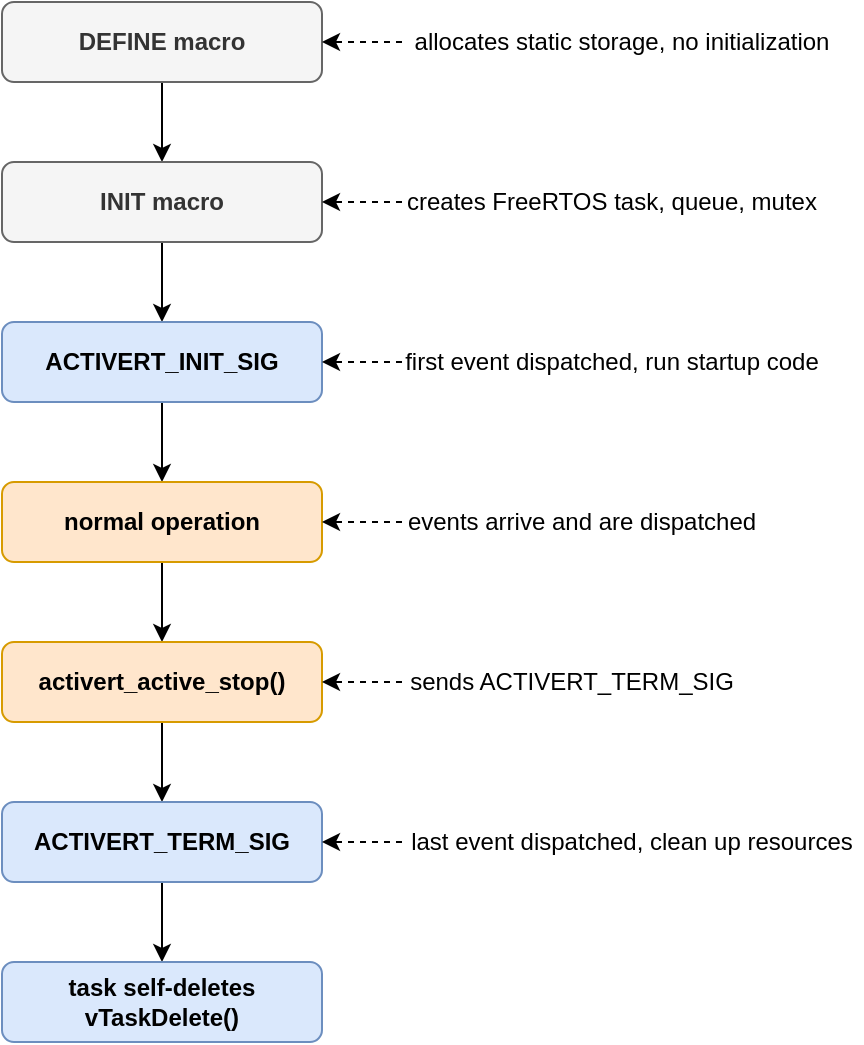
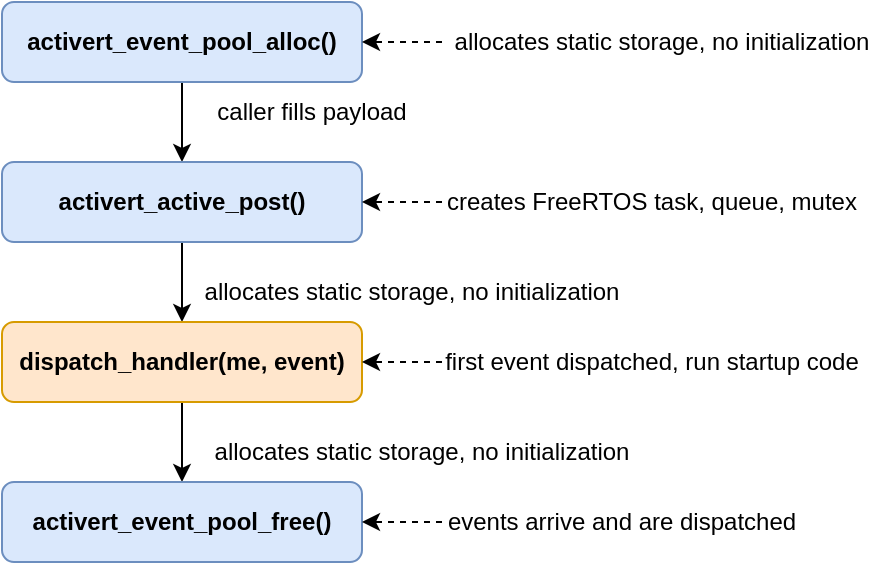
<mxfile host="Electron" agent="Mozilla/5.0 (Windows NT 10.0; Win64; x64) AppleWebKit/537.36 (KHTML, like Gecko) draw.io/29.6.1 Chrome/142.0.7444.265 Electron/39.8.0 Safari/537.36" version="29.6.1">
  <diagram name="Page-1" id="owRTGoX1oD0N1epceG62">
    <mxGraphModel dx="786" dy="562" grid="1" gridSize="10" guides="1" tooltips="1" connect="1" arrows="1" fold="1" page="1" pageScale="1" pageWidth="850" pageHeight="1100" math="0" shadow="0">
      <root>
        <mxCell id="0" />
        <mxCell id="1" parent="0" />
        <mxCell id="H808bwSyat2_ZBuaImIY-6" edge="1" parent="1" source="H808bwSyat2_ZBuaImIY-1" style="edgeStyle=orthogonalEdgeStyle;rounded=0;orthogonalLoop=1;jettySize=auto;html=1;exitX=0.5;exitY=1;exitDx=0;exitDy=0;entryX=0.5;entryY=0;entryDx=0;entryDy=0;" target="H808bwSyat2_ZBuaImIY-2">
          <mxGeometry relative="1" as="geometry" />
        </mxCell>
-         <mxCell id="H808bwSyat2_ZBuaImIY-1" parent="1" style="rounded=1;whiteSpace=wrap;html=1;fillColor=#f5f5f5;strokeColor=#666666;fontColor=#333333;" value="&lt;b&gt;DEFINE macro&lt;/b&gt;" vertex="1">
-           <mxGeometry height="40" width="160" x="240" y="120" as="geometry" />
+         <mxCell id="H808bwSyat2_ZBuaImIY-1" parent="1" style="rounded=1;whiteSpace=wrap;html=1;fillColor=#dae8fc;strokeColor=#6c8ebf;" value="&lt;b&gt;activert_event_pool_alloc()&lt;/b&gt;" vertex="1">
+           <mxGeometry height="40" width="180" x="220" y="120" as="geometry" />
        </mxCell>
        <mxCell id="H808bwSyat2_ZBuaImIY-7" edge="1" parent="1" source="H808bwSyat2_ZBuaImIY-2" style="edgeStyle=orthogonalEdgeStyle;rounded=0;orthogonalLoop=1;jettySize=auto;html=1;exitX=0.5;exitY=1;exitDx=0;exitDy=0;entryX=0.5;entryY=0;entryDx=0;entryDy=0;" target="H808bwSyat2_ZBuaImIY-3">
          <mxGeometry relative="1" as="geometry" />
        </mxCell>
-         <mxCell id="H808bwSyat2_ZBuaImIY-2" parent="1" style="rounded=1;whiteSpace=wrap;html=1;fillColor=#f5f5f5;strokeColor=#666666;fontColor=#333333;" value="&lt;b&gt;INIT macro&lt;/b&gt;" vertex="1">
-           <mxGeometry height="40" width="160" x="240" y="200" as="geometry" />
+         <mxCell id="H808bwSyat2_ZBuaImIY-2" parent="1" style="rounded=1;whiteSpace=wrap;html=1;fillColor=#dae8fc;strokeColor=#6c8ebf;" value="&lt;b&gt;activert_active_post()&lt;/b&gt;" vertex="1">
+           <mxGeometry height="40" width="180" x="220" y="200" as="geometry" />
        </mxCell>
        <mxCell id="H808bwSyat2_ZBuaImIY-8" edge="1" parent="1" source="H808bwSyat2_ZBuaImIY-3" style="edgeStyle=orthogonalEdgeStyle;rounded=0;orthogonalLoop=1;jettySize=auto;html=1;exitX=0.5;exitY=1;exitDx=0;exitDy=0;entryX=0.5;entryY=0;entryDx=0;entryDy=0;" target="H808bwSyat2_ZBuaImIY-4">
          <mxGeometry relative="1" as="geometry" />
        </mxCell>
-         <mxCell id="H808bwSyat2_ZBuaImIY-3" parent="1" style="rounded=1;whiteSpace=wrap;html=1;fillColor=#dae8fc;strokeColor=#6c8ebf;" value="&lt;b&gt;ACTIVERT_INIT_SIG&lt;/b&gt;" vertex="1">
-           <mxGeometry height="40" width="160" x="240" y="280" as="geometry" />
+         <mxCell id="H808bwSyat2_ZBuaImIY-3" parent="1" style="rounded=1;whiteSpace=wrap;html=1;fillColor=#ffe6cc;strokeColor=#d79b00;" value="&lt;b&gt;dispatch_handler(me, event)&lt;/b&gt;" vertex="1">
+           <mxGeometry height="40" width="180" x="220" y="280" as="geometry" />
        </mxCell>
-         <mxCell id="H808bwSyat2_ZBuaImIY-9" edge="1" parent="1" source="H808bwSyat2_ZBuaImIY-4" style="edgeStyle=orthogonalEdgeStyle;rounded=0;orthogonalLoop=1;jettySize=auto;html=1;exitX=0.5;exitY=1;exitDx=0;exitDy=0;entryX=0.5;entryY=0;entryDx=0;entryDy=0;" target="H808bwSyat2_ZBuaImIY-5">
-           <mxGeometry relative="1" as="geometry" />
-         </mxCell>
-         <mxCell id="H808bwSyat2_ZBuaImIY-4" parent="1" style="rounded=1;whiteSpace=wrap;html=1;fillColor=#ffe6cc;strokeColor=#d79b00;" value="&lt;b&gt;normal operation&lt;/b&gt;" vertex="1">
-           <mxGeometry height="40" width="160" x="240" y="360" as="geometry" />
-         </mxCell>
-         <mxCell id="H808bwSyat2_ZBuaImIY-29" edge="1" parent="1" source="H808bwSyat2_ZBuaImIY-5" style="edgeStyle=orthogonalEdgeStyle;rounded=0;orthogonalLoop=1;jettySize=auto;html=1;exitX=0.5;exitY=1;exitDx=0;exitDy=0;entryX=0.5;entryY=0;entryDx=0;entryDy=0;" target="H808bwSyat2_ZBuaImIY-23">
-           <mxGeometry relative="1" as="geometry" />
-         </mxCell>
-         <mxCell id="H808bwSyat2_ZBuaImIY-5" parent="1" style="rounded=1;whiteSpace=wrap;html=1;fontStyle=1;fillColor=#ffe6cc;strokeColor=#d79b00;" value="&lt;span&gt;activert_active_stop()&lt;/span&gt;" vertex="1">
-           <mxGeometry height="40" width="160" x="240" y="440" as="geometry" />
+         <mxCell id="H808bwSyat2_ZBuaImIY-4" parent="1" style="rounded=1;whiteSpace=wrap;html=1;fillColor=#dae8fc;strokeColor=#6c8ebf;" value="&lt;b&gt;activert_event_pool_free()&lt;/b&gt;" vertex="1">
+           <mxGeometry height="40" width="180" x="220" y="360" as="geometry" />
        </mxCell>
        <mxCell id="H808bwSyat2_ZBuaImIY-18" edge="1" parent="1" source="H808bwSyat2_ZBuaImIY-14" style="edgeStyle=orthogonalEdgeStyle;rounded=0;orthogonalLoop=1;jettySize=auto;html=1;exitX=0;exitY=0.5;exitDx=0;exitDy=0;entryX=1;entryY=0.5;entryDx=0;entryDy=0;dashed=1;" target="H808bwSyat2_ZBuaImIY-2">
          <mxGeometry relative="1" as="geometry" />
        </mxCell>
        <mxCell id="H808bwSyat2_ZBuaImIY-14" parent="1" style="text;html=1;whiteSpace=wrap;strokeColor=none;fillColor=none;align=center;verticalAlign=middle;rounded=0;" value="creates FreeRTOS task, queue, mutex" vertex="1">
          <mxGeometry height="30" width="210" x="440" y="205" as="geometry" />
        </mxCell>
        <mxCell id="H808bwSyat2_ZBuaImIY-19" edge="1" parent="1" source="H808bwSyat2_ZBuaImIY-15" style="edgeStyle=orthogonalEdgeStyle;rounded=0;orthogonalLoop=1;jettySize=auto;html=1;exitX=0;exitY=0.5;exitDx=0;exitDy=0;entryX=1;entryY=0.5;entryDx=0;entryDy=0;dashed=1;" target="H808bwSyat2_ZBuaImIY-3">
          <mxGeometry relative="1" as="geometry" />
        </mxCell>
        <mxCell id="H808bwSyat2_ZBuaImIY-15" parent="1" style="text;html=1;whiteSpace=wrap;strokeColor=none;fillColor=none;align=center;verticalAlign=middle;rounded=0;" value="first event dispatched, run startup code" vertex="1">
          <mxGeometry height="30" width="210" x="440" y="285" as="geometry" />
        </mxCell>
        <mxCell id="H808bwSyat2_ZBuaImIY-20" edge="1" parent="1" source="H808bwSyat2_ZBuaImIY-16" style="edgeStyle=orthogonalEdgeStyle;rounded=0;orthogonalLoop=1;jettySize=auto;html=1;exitX=0;exitY=0.5;exitDx=0;exitDy=0;entryX=1;entryY=0.5;entryDx=0;entryDy=0;dashed=1;" target="H808bwSyat2_ZBuaImIY-4">
          <mxGeometry relative="1" as="geometry" />
        </mxCell>
        <mxCell id="H808bwSyat2_ZBuaImIY-16" parent="1" style="text;html=1;whiteSpace=wrap;strokeColor=none;fillColor=none;align=center;verticalAlign=middle;rounded=0;" value="events arrive and are dispatched" vertex="1">
          <mxGeometry height="30" width="180" x="440" y="365" as="geometry" />
        </mxCell>
-         <mxCell id="H808bwSyat2_ZBuaImIY-21" edge="1" parent="1" source="H808bwSyat2_ZBuaImIY-17" style="edgeStyle=orthogonalEdgeStyle;rounded=0;orthogonalLoop=1;jettySize=auto;html=1;exitX=0;exitY=0.5;exitDx=0;exitDy=0;entryX=1;entryY=0.5;entryDx=0;entryDy=0;dashed=1;" target="H808bwSyat2_ZBuaImIY-5">
-           <mxGeometry relative="1" as="geometry" />
-         </mxCell>
-         <mxCell id="H808bwSyat2_ZBuaImIY-17" parent="1" style="text;html=1;whiteSpace=wrap;strokeColor=none;fillColor=none;align=center;verticalAlign=middle;rounded=0;" value="sends ACTIVERT_TERM_SIG" vertex="1">
-           <mxGeometry height="30" width="170" x="440" y="445" as="geometry" />
-         </mxCell>
-         <mxCell id="H808bwSyat2_ZBuaImIY-30" edge="1" parent="1" source="H808bwSyat2_ZBuaImIY-23" style="edgeStyle=orthogonalEdgeStyle;rounded=0;orthogonalLoop=1;jettySize=auto;html=1;exitX=0.5;exitY=1;exitDx=0;exitDy=0;entryX=0.5;entryY=0;entryDx=0;entryDy=0;" target="H808bwSyat2_ZBuaImIY-24">
-           <mxGeometry relative="1" as="geometry" />
-         </mxCell>
-         <mxCell id="H808bwSyat2_ZBuaImIY-23" parent="1" style="rounded=1;whiteSpace=wrap;html=1;fontStyle=1;fillColor=#dae8fc;strokeColor=#6c8ebf;" value="&lt;span&gt;ACTIVERT_TERM_SIG&lt;/span&gt;" vertex="1">
-           <mxGeometry height="40" width="160" x="240" y="520" as="geometry" />
-         </mxCell>
-         <mxCell id="H808bwSyat2_ZBuaImIY-24" parent="1" style="rounded=1;whiteSpace=wrap;html=1;fontStyle=1;fillColor=#dae8fc;strokeColor=#6c8ebf;" value="task self-deletes&lt;br&gt;vTaskDelete()" vertex="1">
-           <mxGeometry height="40" width="160" x="240" y="600" as="geometry" />
-         </mxCell>
-         <mxCell id="H808bwSyat2_ZBuaImIY-27" edge="1" parent="1" source="H808bwSyat2_ZBuaImIY-25" style="edgeStyle=orthogonalEdgeStyle;rounded=0;orthogonalLoop=1;jettySize=auto;html=1;exitX=0;exitY=0.5;exitDx=0;exitDy=0;entryX=1;entryY=0.5;entryDx=0;entryDy=0;dashed=1;" target="H808bwSyat2_ZBuaImIY-23">
-           <mxGeometry relative="1" as="geometry" />
-         </mxCell>
-         <mxCell id="H808bwSyat2_ZBuaImIY-25" parent="1" style="text;html=1;whiteSpace=wrap;strokeColor=none;fillColor=none;align=center;verticalAlign=middle;rounded=0;" value="last event dispatched, clean up resources" vertex="1">
-           <mxGeometry height="30" width="230" x="440" y="525" as="geometry" />
-         </mxCell>
        <mxCell id="H808bwSyat2_ZBuaImIY-32" edge="1" parent="1" source="H808bwSyat2_ZBuaImIY-31" style="edgeStyle=orthogonalEdgeStyle;rounded=0;orthogonalLoop=1;jettySize=auto;html=1;exitX=0;exitY=0.5;exitDx=0;exitDy=0;entryX=1;entryY=0.5;entryDx=0;entryDy=0;dashed=1;" target="H808bwSyat2_ZBuaImIY-1">
          <mxGeometry relative="1" as="geometry" />
        </mxCell>
        <mxCell id="H808bwSyat2_ZBuaImIY-31" parent="1" style="text;html=1;whiteSpace=wrap;strokeColor=none;fillColor=none;align=center;verticalAlign=middle;rounded=0;" value="allocates static storage, no initialization" vertex="1">
          <mxGeometry height="30" width="220" x="440" y="125" as="geometry" />
        </mxCell>
+         <mxCell id="H808bwSyat2_ZBuaImIY-33" parent="1" style="text;html=1;whiteSpace=wrap;strokeColor=none;fillColor=none;align=center;verticalAlign=middle;rounded=0;" value="caller fills payload" vertex="1">
+           <mxGeometry height="30" width="110" x="320" y="160" as="geometry" />
+         </mxCell>
+         <mxCell id="H808bwSyat2_ZBuaImIY-34" parent="1" style="text;html=1;whiteSpace=wrap;strokeColor=none;fillColor=none;align=center;verticalAlign=middle;rounded=0;" value="allocates static storage, no initialization" vertex="1">
+           <mxGeometry height="30" width="220" x="315" y="250" as="geometry" />
+         </mxCell>
+         <mxCell id="H808bwSyat2_ZBuaImIY-35" parent="1" style="text;html=1;whiteSpace=wrap;strokeColor=none;fillColor=none;align=center;verticalAlign=middle;rounded=0;" value="allocates static storage, no initialization" vertex="1">
+           <mxGeometry height="30" width="220" x="320" y="330" as="geometry" />
+         </mxCell>
      </root>
    </mxGraphModel>
  </diagram>
</mxfile>
